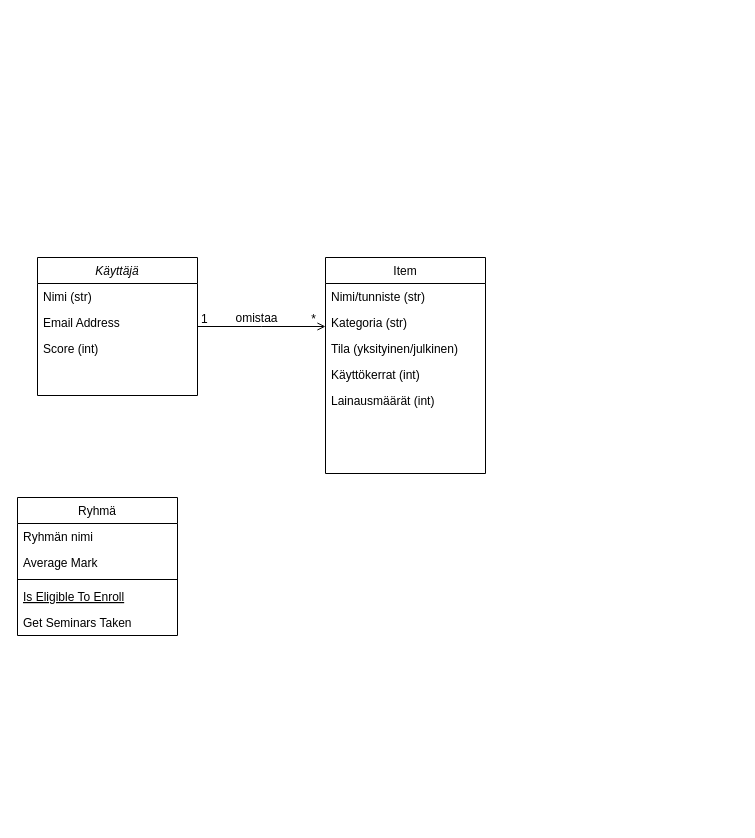
The draw.io diagram LainaamuaER-kaavio.drawio in siiripp/LainaaMua, before the edit. Source tidied: cells renumbered, new cells numbered last; positions are measured from the earlier drawing's top-left corner, leaving out a move shared by most shapes. Both pictures are drawn from the tidied source at 100%, with x=0, y=0 at pixel (17, 257).
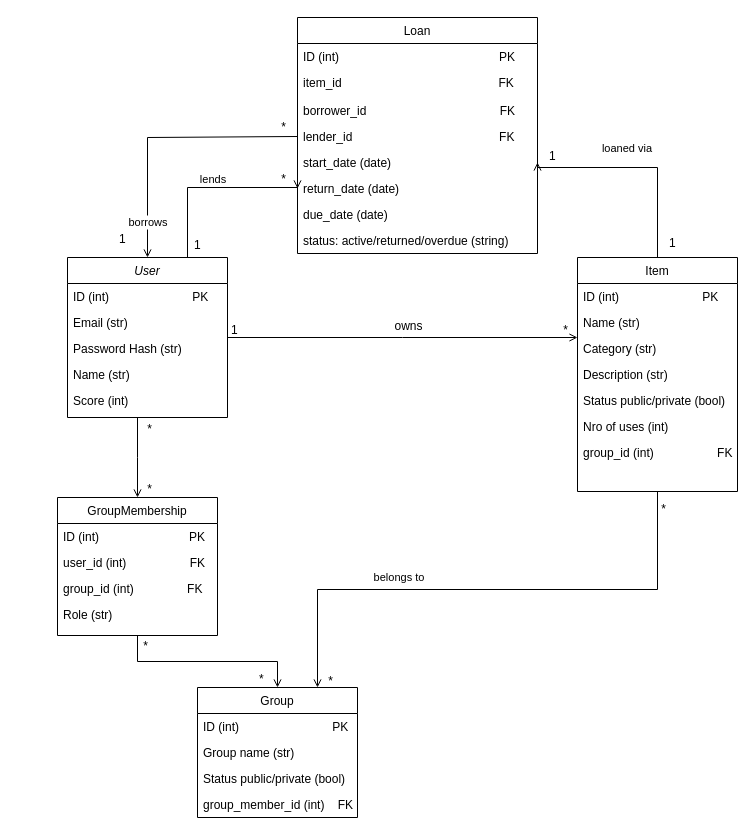
After the change.

Unchanged cells that the change refers to:
```xml
<mxCell id="18" style="endArrow=open;shadow=0;strokeWidth=1;rounded=0;curved=0;endFill=1;edgeStyle=elbowEdgeStyle;elbow=vertical;" parent="1" edge="1" source="2" target="12">
  <mxGeometry x="0.5" y="41" relative="1" as="geometry">
    <mxPoint x="-40" y="32" as="offset" />
  </mxGeometry>
</mxCell>
```

Diff of the diagram source:
```diff
@@
-    <mxCell id="2" value="Käyttäjä" style="swimlane;fontStyle=2;align=center;verticalAlign=top;horizontal=1;startSize=26;rounded=0;shadow=0;strokeWidth=1;" parent="1" vertex="1">
-      <mxGeometry x="20" width="160" height="138" as="geometry" />
+    <mxCell id="2" value="User" style="swimlane;fontStyle=2;align=center;verticalAlign=top;horizontal=1;startSize=26;rounded=0;shadow=0;strokeWidth=1;" parent="1" vertex="1">
+      <mxGeometry x="50" width="160" height="160" as="geometry" />
     </mxCell>
-    <mxCell id="3" value="Nimi (str)" style="text;align=left;verticalAlign=top;spacingLeft=4;spacingRight=4;overflow=hidden;" parent="2" vertex="1">
+    <mxCell id="3" value="ID (int)                         PK" style="text;align=left;verticalAlign=top;spacingLeft=4;spacingRight=4;overflow=hidden;" parent="2" vertex="1">
       <mxGeometry y="26" width="160" height="26" as="geometry" />
     </mxCell>
-    <mxCell id="4" value="Email Address" style="text;align=left;verticalAlign=top;spacingLeft=4;spacingRight=4;overflow=hidden;rounded=0;shadow=0;html=0;" parent="2" vertex="1">
+    <mxCell id="4" value="Email (str)" style="text;align=left;verticalAlign=top;spacingLeft=4;spacingRight=4;overflow=hidden;rounded=0;shadow=0;html=0;" parent="2" vertex="1">
       <mxGeometry y="52" width="160" height="26" as="geometry" />
     </mxCell>
+    <mxCell id="22" value="Password Hash (str)" style="text;align=left;verticalAlign=top;spacingLeft=4;spacingRight=4;overflow=hidden;rounded=0;shadow=0;html=0;" parent="2" vertex="1">
+      <mxGeometry y="78" width="160" height="26" as="geometry" />
+    </mxCell>
+    <mxCell id="23" value="Name (str)" style="text;align=left;verticalAlign=top;spacingLeft=4;spacingRight=4;overflow=hidden;" parent="2" vertex="1">
+      <mxGeometry y="104" width="160" height="26" as="geometry" />
+    </mxCell>
     <mxCell id="5" value="Score (int)" style="text;align=left;verticalAlign=top;spacingLeft=4;spacingRight=4;overflow=hidden;rounded=0;shadow=0;html=0;" parent="2" vertex="1">
-      <mxGeometry y="78" width="160" height="26" as="geometry" />
+      <mxGeometry y="130" width="160" height="26" as="geometry" />
     </mxCell>
-    <mxCell id="6" value="Ryhmä" style="swimlane;fontStyle=0;align=center;verticalAlign=top;horizontal=1;startSize=26;rounded=0;shadow=0;strokeWidth=1;" parent="1" vertex="1">
-      <mxGeometry y="240" width="160" height="138" as="geometry" />
+    <mxCell id="6" value="Group" style="swimlane;fontStyle=0;align=center;verticalAlign=top;horizontal=1;startSize=26;rounded=0;shadow=0;strokeWidth=1;" parent="1" vertex="1">
+      <mxGeometry x="180" y="430" width="160" height="130" as="geometry" />
     </mxCell>
-    <mxCell id="7" value="Ryhmän nimi" style="text;align=left;verticalAlign=top;spacingLeft=4;spacingRight=4;overflow=hidden;" parent="6" vertex="1">
+    <mxCell id="7" value="ID (int)                            PK" style="text;align=left;verticalAlign=top;spacingLeft=4;spacingRight=4;overflow=hidden;" parent="6" vertex="1">
       <mxGeometry y="26" width="160" height="26" as="geometry" />
     </mxCell>
-    <mxCell id="8" value="Average Mark" style="text;align=left;verticalAlign=top;spacingLeft=4;spacingRight=4;overflow=hidden;rounded=0;shadow=0;html=0;" parent="6" vertex="1">
-      <mxGeometry y="52" width="160" height="26" as="geometry" />
-    </mxCell>
-    <mxCell id="9" style="line;html=1;strokeWidth=1;align=left;verticalAlign=middle;spacingTop=-1;spacingLeft=3;spacingRight=3;labelPosition=right;" parent="6" vertex="1">
-      <mxGeometry y="78" width="160" height="8" as="geometry" />
-    </mxCell>
-    <mxCell id="10" value="Is Eligible To Enroll" style="text;align=left;verticalAlign=top;spacingLeft=4;spacingRight=4;overflow=hidden;fontStyle=4;" parent="6" vertex="1">
-      <mxGeometry y="86" width="160" height="26" as="geometry" />
-    </mxCell>
-    <mxCell id="11" value="Get Seminars Taken" style="text;align=left;verticalAlign=top;spacingLeft=4;spacingRight=4;overflow=hidden;" parent="6" vertex="1">
-      <mxGeometry y="112" width="160" height="26" as="geometry" />
-    </mxCell>
+    <mxCell id="24" value="Group name (str)" style="text;align=left;verticalAlign=top;spacingLeft=4;spacingRight=4;overflow=hidden;" parent="6" vertex="1">
+      <mxGeometry y="52" width="160" height="26" as="geometry" />
+    </mxCell>
+    <mxCell id="25" value="Status public/private (bool)" style="text;align=left;verticalAlign=top;spacingLeft=4;spacingRight=4;overflow=hidden;rounded=0;shadow=0;html=0;" parent="6" vertex="1">
+      <mxGeometry y="78" width="160" height="26" as="geometry" />
+    </mxCell>
+    <mxCell id="26" value="group_member_id (int)    FK" style="text;align=left;verticalAlign=top;spacingLeft=4;spacingRight=4;overflow=hidden;rounded=0;shadow=0;html=0;" parent="6" vertex="1">
+      <mxGeometry y="104" width="160" height="26" as="geometry" />
+    </mxCell>
     <mxCell id="12" value="Item" style="swimlane;fontStyle=0;align=center;verticalAlign=top;horizontal=1;startSize=26;rounded=0;shadow=0;strokeWidth=1;" parent="1" vertex="1">
-      <mxGeometry x="308" width="160" height="216" as="geometry" />
+      <mxGeometry x="560" width="160" height="234" as="geometry" />
     </mxCell>
-    <mxCell id="13" value="Nimi/tunniste (str)" style="text;align=left;verticalAlign=top;spacingLeft=4;spacingRight=4;overflow=hidden;" parent="12" vertex="1">
+    <mxCell id="13" value="ID (int)                         PK" style="text;align=left;verticalAlign=top;spacingLeft=4;spacingRight=4;overflow=hidden;" parent="12" vertex="1">
       <mxGeometry y="26" width="160" height="26" as="geometry" />
     </mxCell>
+    <mxCell id="27" value="Name (str)" style="text;align=left;verticalAlign=top;spacingLeft=4;spacingRight=4;overflow=hidden;" parent="12" vertex="1">
+      <mxGeometry y="52" width="160" height="26" as="geometry" />
+    </mxCell>
-    <mxCell id="14" value="Kategoria (str)" style="text;align=left;verticalAlign=top;spacingLeft=4;spacingRight=4;overflow=hidden;rounded=0;shadow=0;html=0;" parent="12" vertex="1">
-      <mxGeometry y="52" width="160" height="26" as="geometry" />
+    <mxCell id="14" value="Category (str)" style="text;align=left;verticalAlign=top;spacingLeft=4;spacingRight=4;overflow=hidden;rounded=0;shadow=0;html=0;" parent="12" vertex="1">
+      <mxGeometry y="78" width="160" height="26" as="geometry" />
     </mxCell>
-    <mxCell id="15" value="Tila (yksityinen/julkinen)" style="text;align=left;verticalAlign=top;spacingLeft=4;spacingRight=4;overflow=hidden;rounded=0;shadow=0;html=0;" parent="12" vertex="1">
-      <mxGeometry y="78" width="160" height="26" as="geometry" />
+    <mxCell id="15" value="Description (str)" style="text;align=left;verticalAlign=top;spacingLeft=4;spacingRight=4;overflow=hidden;rounded=0;shadow=0;html=0;" parent="12" vertex="1">
+      <mxGeometry y="104" width="160" height="26" as="geometry" />
     </mxCell>
+    <mxCell id="28" value="Status public/private (bool)" style="text;align=left;verticalAlign=top;spacingLeft=4;spacingRight=4;overflow=hidden;rounded=0;shadow=0;html=0;" parent="12" vertex="1">
+      <mxGeometry y="130" width="160" height="26" as="geometry" />
+    </mxCell>
-    <mxCell id="16" value="Käyttökerrat (int)&#10;" style="text;align=left;verticalAlign=top;spacingLeft=4;spacingRight=4;overflow=hidden;rounded=0;shadow=0;html=0;" parent="12" vertex="1">
-      <mxGeometry y="104" width="160" height="26" as="geometry" />
+    <mxCell id="16" value="Nro of uses (int)" style="text;align=left;verticalAlign=top;spacingLeft=4;spacingRight=4;overflow=hidden;rounded=0;shadow=0;html=0;" parent="12" vertex="1">
+      <mxGeometry y="156" width="160" height="26" as="geometry" />
     </mxCell>
-    <mxCell id="17" value="Lainausmäärät (int)" style="text;align=left;verticalAlign=top;spacingLeft=4;spacingRight=4;overflow=hidden;rounded=0;shadow=0;html=0;" parent="12" vertex="1">
-      <mxGeometry y="130" width="160" height="26" as="geometry" />
-    </mxCell>
+    <mxCell id="29" value="group_id (int)                   FK" style="text;align=left;verticalAlign=top;spacingLeft=4;spacingRight=4;overflow=hidden;rounded=0;shadow=0;html=0;" parent="12" vertex="1">
+      <mxGeometry y="182" width="160" height="26" as="geometry" />
+    </mxCell>
@@
-    <mxCell id="21" value="omistaa" style="text;html=1;align=center;verticalAlign=middle;labelBackgroundColor=none;rounded=0;shadow=0;strokeWidth=1;fontSize=12;" parent="18" vertex="1">
+    <mxCell id="21" value="owns" style="text;html=1;align=center;verticalAlign=middle;labelBackgroundColor=none;rounded=0;shadow=0;strokeWidth=1;fontSize=12;" parent="18" vertex="1">
       <mxGeometry x="0.5" y="49" relative="1" as="geometry">
-        <mxPoint x="-38" y="40" as="offset" />
+        <mxPoint x="-83" y="37" as="offset" />
       </mxGeometry>
     </mxCell>
+    <mxCell id="30" value="GroupMembership" style="swimlane;fontStyle=0;align=center;verticalAlign=top;horizontal=1;startSize=26;rounded=0;shadow=0;strokeWidth=1;" parent="1" vertex="1">
+      <mxGeometry x="40" y="240" width="160" height="138" as="geometry" />
+    </mxCell>
+    <mxCell id="31" value="ID (int)                           PK" style="text;align=left;verticalAlign=top;spacingLeft=4;spacingRight=4;overflow=hidden;" parent="30" vertex="1">
+      <mxGeometry y="26" width="160" height="26" as="geometry" />
+    </mxCell>
+    <mxCell id="32" value="user_id (int)                   FK" style="text;align=left;verticalAlign=top;spacingLeft=4;spacingRight=4;overflow=hidden;" parent="30" vertex="1">
+      <mxGeometry y="52" width="160" height="26" as="geometry" />
+    </mxCell>
+    <mxCell id="33" value="group_id (int)                FK" style="text;align=left;verticalAlign=top;spacingLeft=4;spacingRight=4;overflow=hidden;" parent="30" vertex="1">
+      <mxGeometry y="78" width="160" height="26" as="geometry" />
+    </mxCell>
+    <mxCell id="34" value="Role (str)" style="text;align=left;verticalAlign=top;spacingLeft=4;spacingRight=4;overflow=hidden;" parent="30" vertex="1">
+      <mxGeometry y="104" width="160" height="26" as="geometry" />
+    </mxCell>
+    <mxCell id="35" style="endArrow=open;shadow=0;strokeWidth=1;rounded=0;curved=0;endFill=1;edgeStyle=elbowEdgeStyle;elbow=vertical;entryX=0.5;entryY=0;entryDx=0;entryDy=0;" parent="1" edge="1" target="30">
+      <mxGeometry y="30" relative="1" as="geometry">
+        <mxPoint x="120" y="160" as="sourcePoint" />
+        <Array as="points">
+          <mxPoint x="100" y="200" />
+        </Array>
+      </mxGeometry>
+    </mxCell>
+    <mxCell id="36" style="endArrow=open;shadow=0;strokeWidth=1;rounded=0;curved=0;endFill=1;edgeStyle=elbowEdgeStyle;elbow=vertical;entryX=0.5;entryY=0;entryDx=0;entryDy=0;exitX=0.5;exitY=1;exitDx=0;exitDy=0;" parent="1" edge="1" source="30" target="6">
+      <mxGeometry x="0.5" y="41" relative="1" as="geometry">
+        <mxPoint x="-40" y="32" as="offset" />
+      </mxGeometry>
+    </mxCell>
+    <mxCell id="37" value="Loan" style="swimlane;fontStyle=0;align=center;verticalAlign=top;horizontal=1;startSize=26;rounded=0;shadow=0;strokeWidth=1;" parent="1" vertex="1">
+      <mxGeometry x="280" y="-240" width="240" height="236" as="geometry" />
+    </mxCell>
+    <mxCell id="38" value="ID (int)                                                PK" style="text;align=left;verticalAlign=top;spacingLeft=4;spacingRight=4;overflow=hidden;" parent="37" vertex="1">
+      <mxGeometry y="26" width="240" height="26" as="geometry" />
+    </mxCell>
+    <mxCell id="39" value="item_id                                               FK" style="text;align=left;verticalAlign=top;spacingLeft=4;spacingRight=4;overflow=hidden;" parent="37" vertex="1">
+      <mxGeometry y="52" width="240" height="28" as="geometry" />
+    </mxCell>
+    <mxCell id="40" value="borrower_id                                        FK" style="text;align=left;verticalAlign=top;spacingLeft=4;spacingRight=4;overflow=hidden;rounded=0;shadow=0;html=0;" parent="37" vertex="1">
+      <mxGeometry y="80" width="240" height="26" as="geometry" />
+    </mxCell>
+    <mxCell id="41" value="lender_id                                            FK" style="text;align=left;verticalAlign=top;spacingLeft=4;spacingRight=4;overflow=hidden;points=[[0,0.5],[1,0.5]];portConstraint=eastwest;rounded=0;shadow=0;html=0;" parent="37" vertex="1">
+      <mxGeometry y="106" width="240" height="26" as="geometry" />
+    </mxCell>
+    <mxCell id="42" value="start_date (date)" style="text;align=left;verticalAlign=top;spacingLeft=4;spacingRight=4;overflow=hidden;points=[[0,0.5],[1,0.5]];portConstraint=eastwest;rounded=0;shadow=0;html=0;" parent="37" vertex="1">
+      <mxGeometry y="132" width="240" height="26" as="geometry" />
+    </mxCell>
+    <mxCell id="43" value="return_date (date)" style="text;align=left;verticalAlign=top;spacingLeft=4;spacingRight=4;overflow=hidden;points=[[0,0.5],[1,0.5]];portConstraint=eastwest;rounded=0;shadow=0;html=0;" parent="37" vertex="1">
+      <mxGeometry y="158" width="240" height="26" as="geometry" />
+    </mxCell>
+    <mxCell id="44" value="due_date (date)" style="text;align=left;verticalAlign=top;spacingLeft=4;spacingRight=4;overflow=hidden;rounded=0;shadow=0;html=0;" parent="37" vertex="1">
+      <mxGeometry y="184" width="240" height="26" as="geometry" />
+    </mxCell>
+    <mxCell id="45" value="status: active/returned/overdue (string)" style="text;align=left;verticalAlign=top;spacingLeft=4;spacingRight=4;overflow=hidden;rounded=0;shadow=0;html=0;" parent="37" vertex="1">
+      <mxGeometry y="210" width="240" height="26" as="geometry" />
+    </mxCell>
+    <mxCell id="46" value="borrows" style="endArrow=open;shadow=0;strokeWidth=1;rounded=0;curved=0;endFill=1;edgeStyle=elbowEdgeStyle;elbow=vertical;entryX=0.5;entryY=0;entryDx=0;entryDy=0;exitX=0;exitY=0.5;exitDx=0;exitDy=0;" parent="1" edge="1" source="41" target="2">
+      <mxGeometry x="0.5" y="41" relative="1" as="geometry">
+        <Array as="points">
+          <mxPoint x="210" y="-120" />
+        </Array>
+        <mxPoint x="-40" y="32" as="offset" />
+      </mxGeometry>
+    </mxCell>
+    <mxCell id="47" value="lends" style="endArrow=open;shadow=0;strokeWidth=1;rounded=0;curved=0;endFill=1;edgeStyle=elbowEdgeStyle;elbow=vertical;exitX=0.75;exitY=0;exitDx=0;exitDy=0;entryX=0;entryY=0.5;entryDx=0;entryDy=0;" parent="1" edge="1" source="2" target="43">
+      <mxGeometry x="0.5" y="41" relative="1" as="geometry">
+        <Array as="points">
+          <mxPoint x="220" y="-70" />
+        </Array>
+        <mxPoint x="-40" y="32" as="offset" />
+      </mxGeometry>
+    </mxCell>
+    <mxCell id="48" value="loaned via" style="endArrow=open;shadow=0;strokeWidth=1;rounded=0;curved=0;endFill=1;edgeStyle=elbowEdgeStyle;elbow=vertical;entryX=1;entryY=0.5;entryDx=0;entryDy=0;exitX=0.5;exitY=0;exitDx=0;exitDy=0;" parent="1" edge="1" source="12" target="42">
+      <mxGeometry x="0.12" y="-20" relative="1" as="geometry">
+        <Array as="points">
+          <mxPoint x="620" y="-90" />
+        </Array>
+      </mxGeometry>
+    </mxCell>
+    <mxCell id="49" value="belongs to" style="endArrow=open;shadow=0;strokeWidth=1;rounded=0;curved=0;endFill=1;edgeStyle=elbowEdgeStyle;elbow=vertical;entryX=0.75;entryY=0;entryDx=0;entryDy=0;exitX=0.5;exitY=1;exitDx=0;exitDy=0;" parent="1" edge="1" source="12" target="6">
+      <mxGeometry x="0.33" y="-13" relative="1" as="geometry" />
+    </mxCell>
+    <mxCell id="50" value="*" style="align=right;verticalAlign=bottom;labelBackgroundColor=none;fontSize=12;" parent="1" vertex="1">
+      <mxGeometry x="136" y="240" as="geometry" />
+    </mxCell>
+    <mxCell id="51" value="*" style="align=right;verticalAlign=bottom;labelBackgroundColor=none;fontSize=12;" parent="1" vertex="1">
+      <mxGeometry x="317" y="432" as="geometry" />
+    </mxCell>
+    <mxCell id="52" value="*" style="align=right;verticalAlign=bottom;labelBackgroundColor=none;fontSize=12;" parent="1" vertex="1">
+      <mxGeometry x="650" y="260" as="geometry" />
+    </mxCell>
+    <mxCell id="53" value="*" style="align=right;verticalAlign=bottom;labelBackgroundColor=none;fontSize=12;" parent="1" vertex="1">
+      <mxGeometry x="132" y="397" as="geometry" />
+    </mxCell>
+    <mxCell id="54" value="1" style="align=left;verticalAlign=bottom;labelBackgroundColor=none;fontSize=12;" parent="1" vertex="1">
+      <mxGeometry x="360" y="120" as="geometry">
+        <mxPoint x="-185" y="-124" as="offset" />
+      </mxGeometry>
+    </mxCell>
+    <mxCell id="55" value="1" style="align=left;verticalAlign=bottom;labelBackgroundColor=none;fontSize=12;" parent="1" vertex="1">
+      <mxGeometry x="100" y="-10" as="geometry" />
+    </mxCell>
+    <mxCell id="56" value="*" style="align=right;verticalAlign=bottom;labelBackgroundColor=none;fontSize=12;" parent="1" vertex="1">
+      <mxGeometry x="270" y="-70" as="geometry" />
+    </mxCell>
+    <mxCell id="57" value="*" style="align=right;verticalAlign=bottom;labelBackgroundColor=none;fontSize=12;" parent="1" vertex="1">
+      <mxGeometry x="270" y="-122" as="geometry" />
+    </mxCell>
+    <mxCell id="58" value="*" style="align=right;verticalAlign=bottom;labelBackgroundColor=none;fontSize=12;" parent="1" vertex="1">
+      <mxGeometry x="136" y="180" as="geometry" />
+    </mxCell>
+    <mxCell id="59" value="1" style="align=left;verticalAlign=bottom;labelBackgroundColor=none;fontSize=12;" parent="1" vertex="1">
+      <mxGeometry x="530" y="-93" as="geometry" />
+    </mxCell>
+    <mxCell id="60" value="*" style="align=left;verticalAlign=bottom;labelBackgroundColor=none;fontSize=12;" parent="1" vertex="1">
+      <mxGeometry x="240" y="430" as="geometry" />
+    </mxCell>
+    <mxCell id="61" value="1" style="align=left;verticalAlign=bottom;labelBackgroundColor=none;fontSize=12;" parent="1" vertex="1">
+      <mxGeometry x="650" y="-6" as="geometry" />
+    </mxCell>
```
